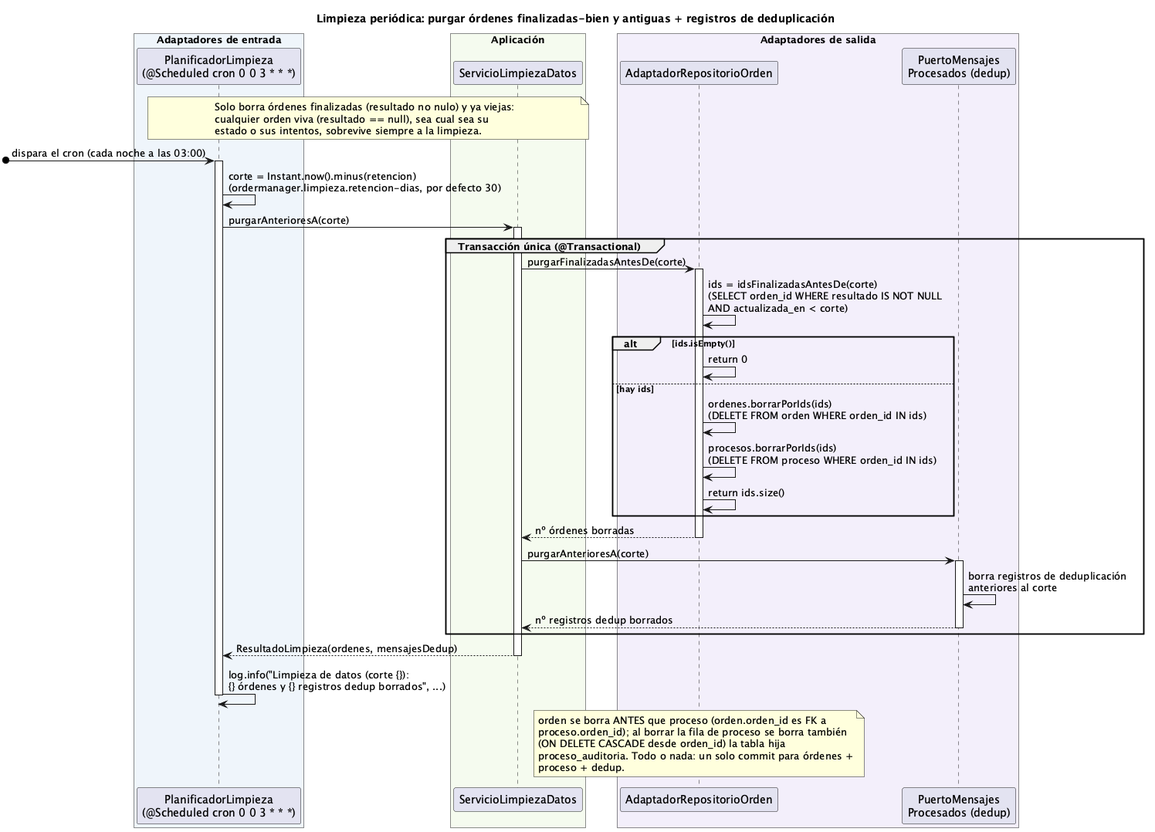
This is order-manager/docs/09-limpieza-datos.png from ralcazar/patrones, a PlantUML export, as it was before one commit.
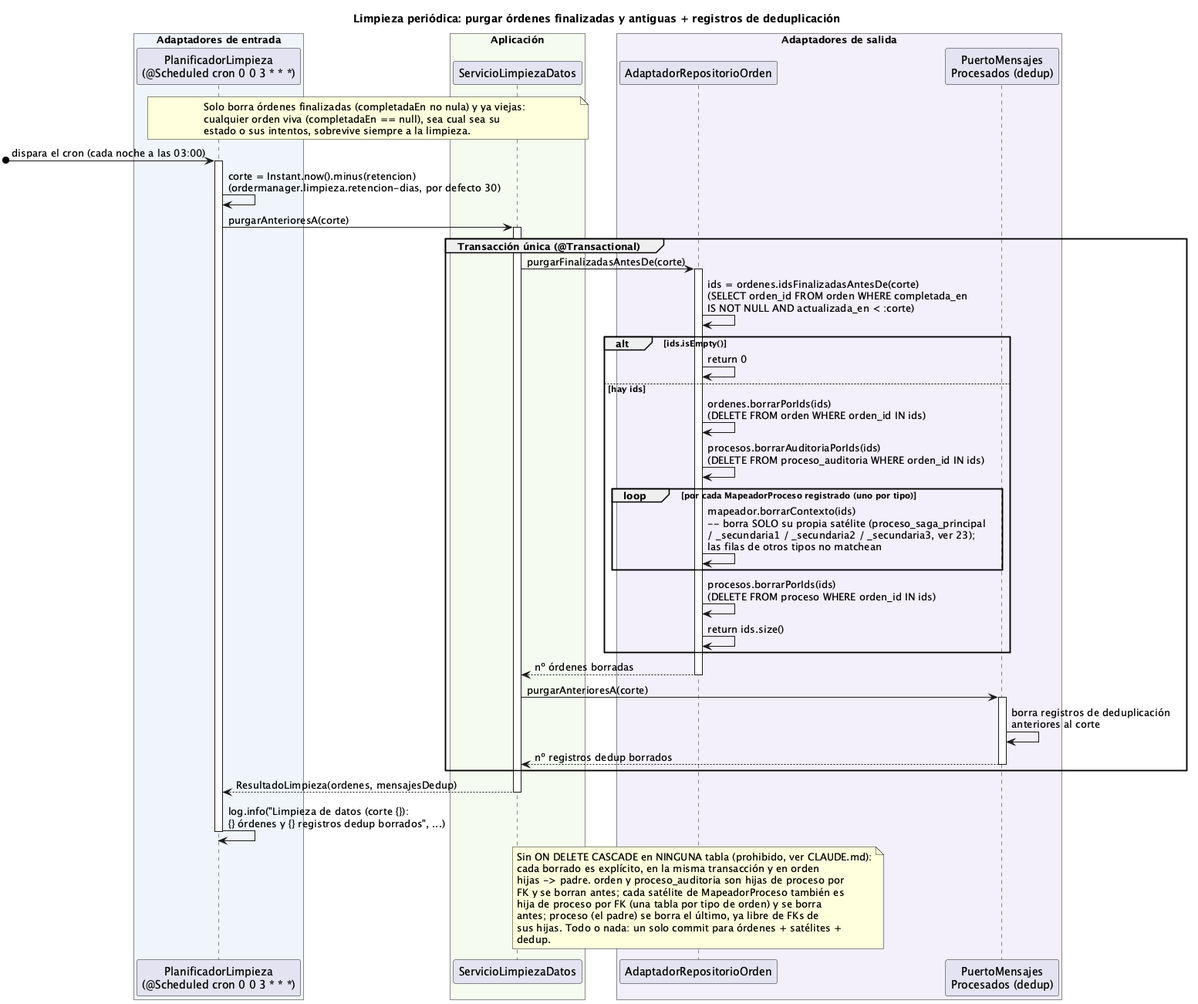
After the change.

Diff of the diagram source:
```diff
@@ -1,5 +1,5 @@
 @startuml 09-limpieza-datos
-title Limpieza periódica: purgar órdenes finalizadas-bien y antiguas + registros de deduplicación
+title Limpieza periódica: purgar órdenes finalizadas y antiguas + registros de deduplicación
 
 box "Adaptadores de entrada" #EFF5FB
   participant "PlanificadorLimpieza\n(@Scheduled cron 0 0 3 * * *)" as PLAN
@@ -13,8 +13,8 @@
 end box
 
 note over PLAN, LIMP
-  Solo borra órdenes finalizadas (resultado no nulo) y ya viejas:
-  cualquier orden viva (resultado == null), sea cual sea su
+  Solo borra órdenes finalizadas (completadaEn no nula) y ya viejas:
+  cualquier orden viva (completadaEn == null), sea cual sea su
   estado o sus intentos, sobrevive siempre a la limpieza.
 end note
 
@@ -25,11 +25,15 @@
 
 group Transacción única (@Transactional)
   LIMP -> REPO ++ : purgarFinalizadasAntesDe(corte)
-  REPO -> REPO : ids = idsFinalizadasAntesDe(corte)\n(SELECT orden_id WHERE resultado IS NOT NULL\nAND actualizada_en < corte)
+  REPO -> REPO : ids = ordenes.idsFinalizadasAntesDe(corte)\n(SELECT orden_id FROM orden WHERE completada_en\nIS NOT NULL AND actualizada_en < :corte)
   alt ids.isEmpty()
     REPO -> REPO : return 0
   else hay ids
     REPO -> REPO : ordenes.borrarPorIds(ids)\n(DELETE FROM orden WHERE orden_id IN ids)
+    REPO -> REPO : procesos.borrarAuditoriaPorIds(ids)\n(DELETE FROM proceso_auditoria WHERE orden_id IN ids)
+    loop por cada MapeadorProceso registrado (uno por tipo)
+      REPO -> REPO : mapeador.borrarContexto(ids)\n-- borra SOLO su propia satélite (proceso_saga_principal\n/ _secundaria1 / _secundaria2 / _secundaria3, ver 23);\nlas filas de otros tipos no matchean
+    end
     REPO -> REPO : procesos.borrarPorIds(ids)\n(DELETE FROM proceso WHERE orden_id IN ids)
     REPO -> REPO : return ids.size()
   end
@@ -43,10 +47,13 @@
 deactivate PLAN
 
 note over REPO
-  orden se borra ANTES que proceso (orden.orden_id es FK a
-  proceso.orden_id); al borrar la fila de proceso se borra también
-  (ON DELETE CASCADE desde orden_id) la tabla hija
-  proceso_auditoria. Todo o nada: un solo commit para órdenes +
-  proceso + dedup.
+  Sin ON DELETE CASCADE en NINGUNA tabla (prohibido, ver CLAUDE.md):
+  cada borrado es explícito, en la misma transacción y en orden
+  hijas -> padre. orden y proceso_auditoria son hijas de proceso por
+  FK y se borran antes; cada satélite de MapeadorProceso también es
+  hija de proceso por FK (una tabla por tipo de orden) y se borra
+  antes; proceso (el padre) se borra el último, ya libre de FKs de
+  sus hijas. Todo o nada: un solo commit para órdenes + satélites +
+  dedup.
 end note
 @enduml
```
